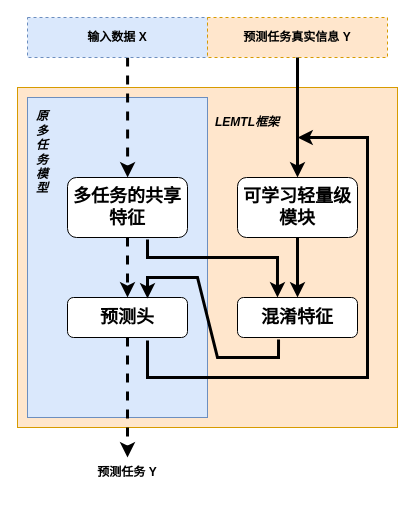
The draw.io diagram Untitled Diagram.drawio in Ycyvanas/ytest, before the edit. Source tidied: cells renumbered, new cells numbered last; positions are measured from the earlier drawing's top-left corner, leaving out a move shared by most shapes. Both pictures are drawn from the tidied source at 100%, with x=0, y=0 at pixel (17, 17).
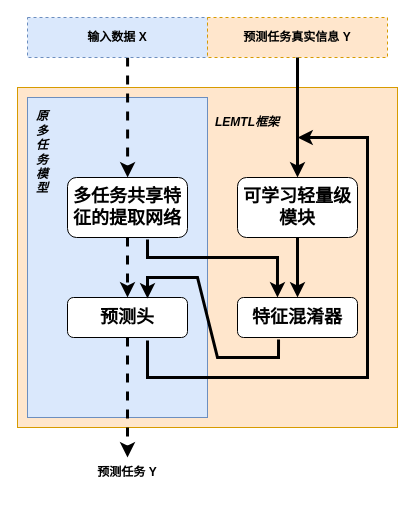
After the change.

Diff of the diagram source:
```diff
@@
-    <mxCell id="4" value="&lt;b&gt;&lt;font style=&quot;font-size: 18px;&quot;&gt;多任务的共享特征&lt;/font&gt;&lt;/b&gt;" style="rounded=1;whiteSpace=wrap;html=1;" parent="1" vertex="1">
+    <mxCell id="4" value="&lt;b&gt;&lt;font style=&quot;font-size: 18px;&quot;&gt;多任务共享特征的提取网络&lt;/font&gt;&lt;/b&gt;" style="rounded=1;whiteSpace=wrap;html=1;" parent="1" vertex="1">
       <mxGeometry x="50" y="160" width="120" height="60" as="geometry" />
     </mxCell>
@@
-    <mxCell id="15" value="&lt;b&gt;&lt;font style=&quot;font-size: 18px;&quot;&gt;混淆特征&lt;/font&gt;&lt;/b&gt;" style="rounded=1;whiteSpace=wrap;html=1;" parent="1" vertex="1">
+    <mxCell id="15" value="&lt;b&gt;&lt;font style=&quot;font-size: 18px;&quot;&gt;特征混淆器&lt;/font&gt;&lt;/b&gt;" style="rounded=1;whiteSpace=wrap;html=1;" parent="1" vertex="1">
       <mxGeometry x="220" y="280" width="120" height="40" as="geometry" />
     </mxCell>
```
